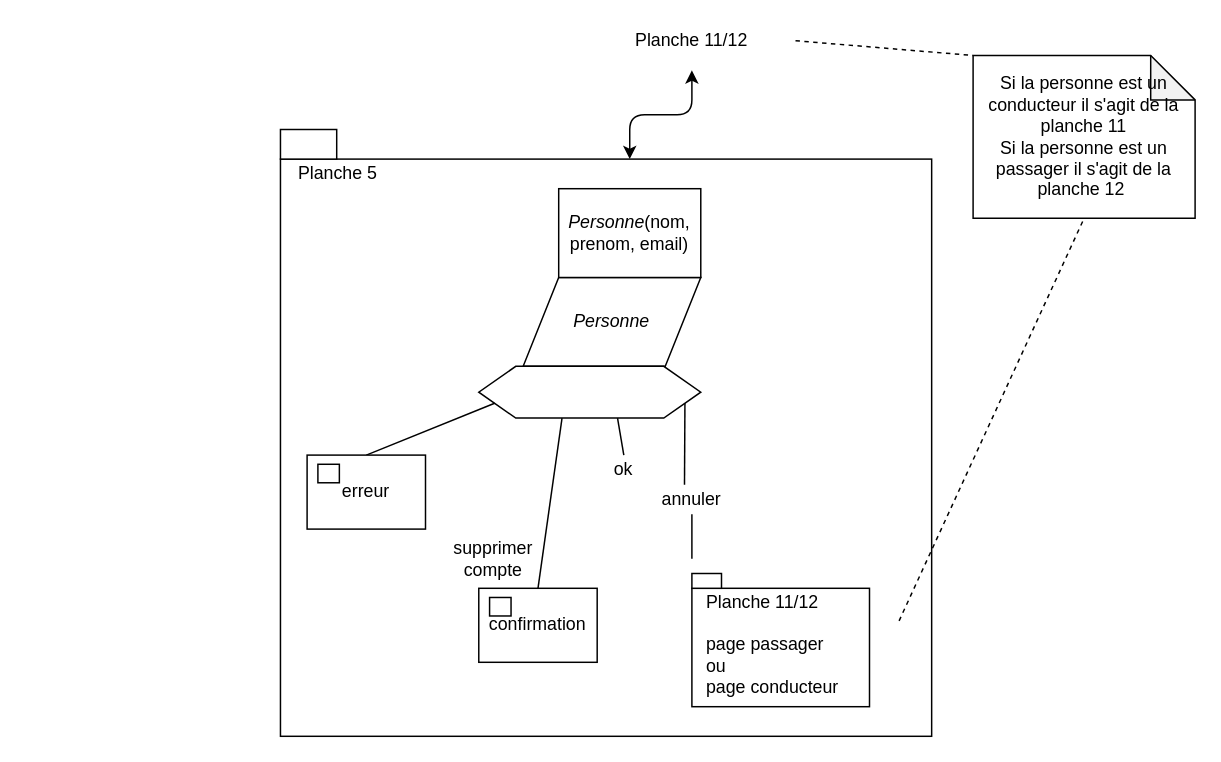
Before: gestion_de_projet/sni/page-edition-profil.drawio in mboultoureau/utaxi, a draw.io diagram. Source tidied: cells renumbered, new cells numbered last; positions are measured from the earlier drawing's top-left corner, leaving out a move shared by most shapes. Both pictures are drawn from the tidied source at 148%, with x=0, y=0 at pixel (280, 25).
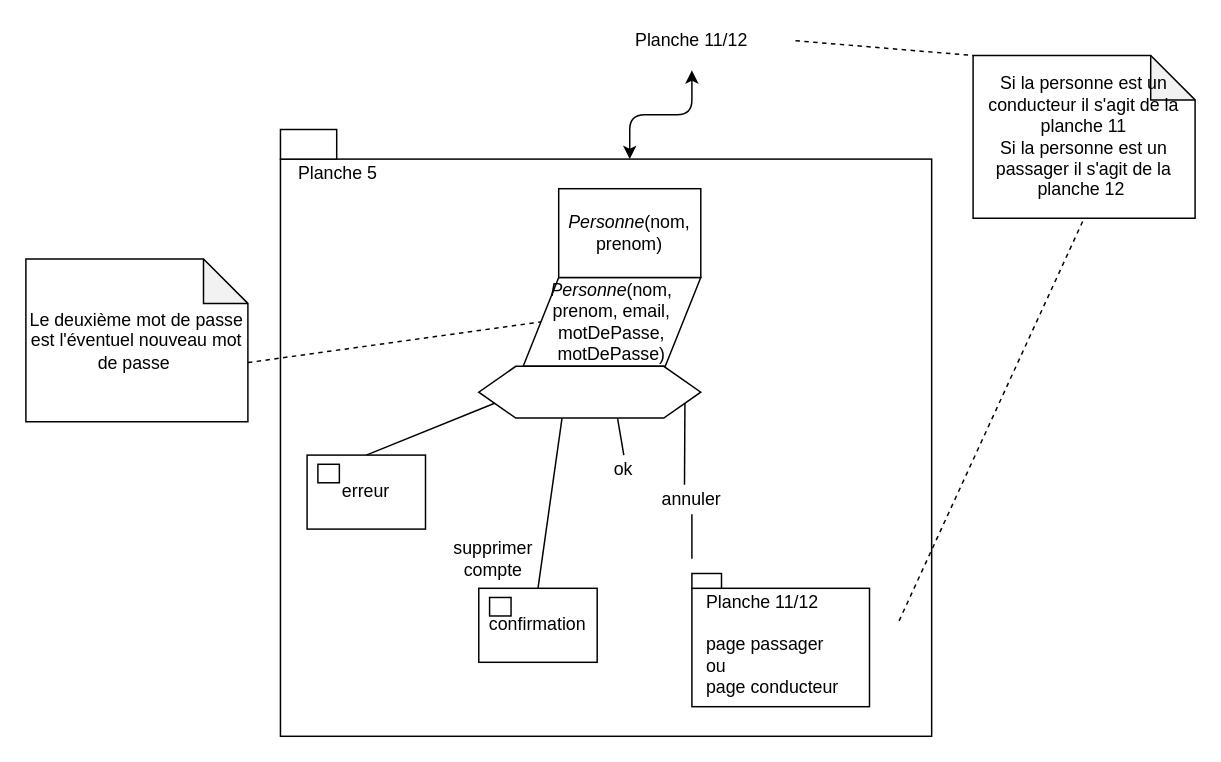
Above is the later version.

Change to the diagram source:
```diff
@@
-    <mxCell id="3" value="&lt;i&gt;Personne&lt;/i&gt;" style="shape=parallelogram;perimeter=parallelogramPerimeter;whiteSpace=wrap;html=1;" parent="1" vertex="1">
+    <mxCell id="3" value="&lt;i&gt;Personne&lt;/i&gt;(nom, prenom, email, motDePasse, motDePasse)" style="shape=parallelogram;perimeter=parallelogramPerimeter;whiteSpace=wrap;html=1;" parent="1" vertex="1">
       <mxGeometry x="164" y="170" width="120" height="60" as="geometry" />
     </mxCell>
-    <mxCell id="4" value="&lt;i&gt;Personne&lt;/i&gt;(nom, prenom, email)" style="rounded=0;whiteSpace=wrap;html=1;" parent="1" vertex="1">
+    <mxCell id="4" value="&lt;i&gt;Personne&lt;/i&gt;(nom, prenom)" style="rounded=0;whiteSpace=wrap;html=1;" parent="1" vertex="1">
       <mxGeometry x="188" y="110" width="96" height="60" as="geometry" />
     </mxCell>
@@
+    <mxCell id="31" value="Le deuxième mot de passe est l'éventuel nouveau mot de passe&amp;nbsp;" style="shape=note;whiteSpace=wrap;html=1;backgroundOutline=1;darkOpacity=0.05;" parent="1" vertex="1">
+      <mxGeometry x="-172" y="157.5" width="150" height="110" as="geometry" />
+    </mxCell>
+    <mxCell id="32" style="endArrow=none;dashed=1;html=1;entryX=0;entryY=0.5;entryDx=0;entryDy=0;exitX=0;exitY=0;exitDx=150;exitDy=70;exitPerimeter=0;" parent="1" edge="1" source="31" target="3">
+      <mxGeometry relative="1" as="geometry" />
+    </mxCell>
```
